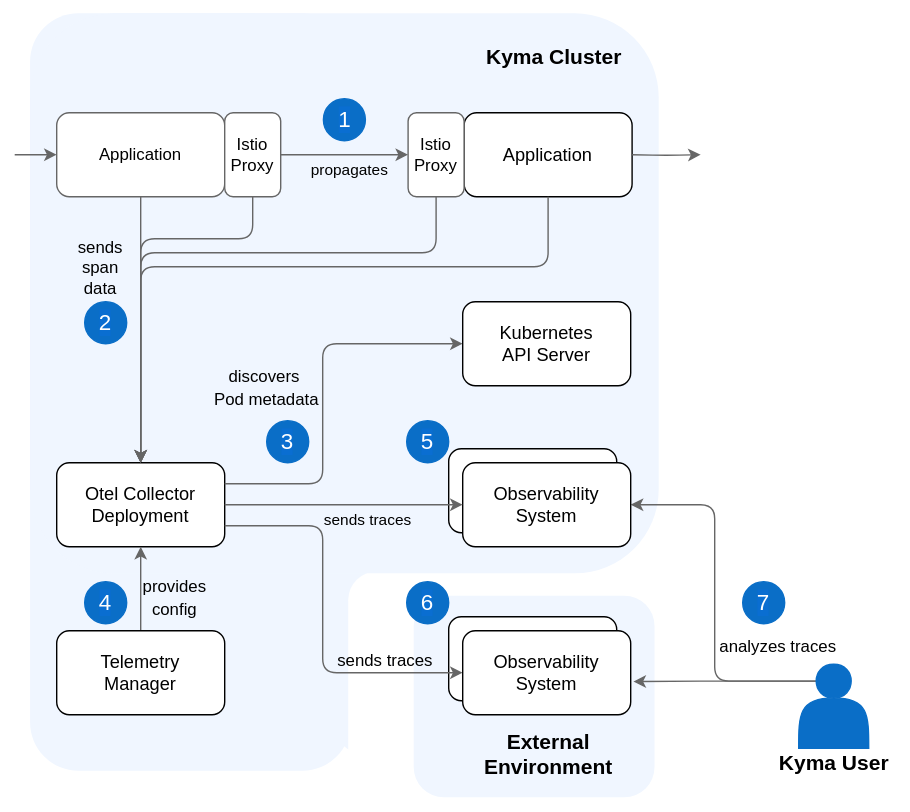
Earlier version of the draw.io export docs/user/assets/metrics-arch.drawio.svg (kyma-project/telemetry-manager). Source tidied: cells renumbered, new cells last; positions are measured from the earlier drawing's top-left corner, leaving out a move shared by most shapes.
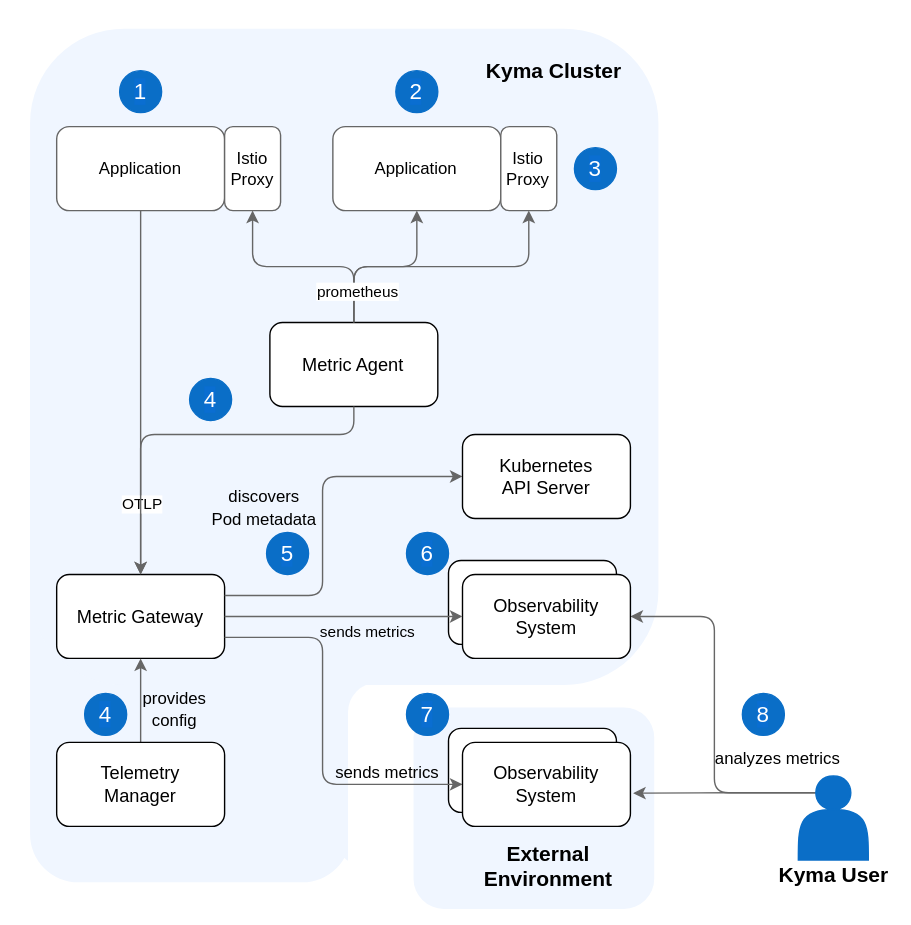
After the commit.

The edit, as a diff of the source:
```diff
@@ -3,7 +3,7 @@
     <mxCell id="0" />
     <mxCell id="1" parent="0" />
     <mxCell id="2" style="rounded=0;whiteSpace=wrap;html=1;strokeColor=none;fillColor=#FFFFFF;" parent="1" vertex="1">
-      <mxGeometry width="650" height="580" as="geometry" />
+      <mxGeometry y="-80" width="650" height="660" as="geometry" />
     </mxCell>
     <mxCell id="3" style="rounded=1;whiteSpace=wrap;html=1;strokeColor=none;fillColor=#F0F6FF;" parent="1" vertex="1">
       <mxGeometry x="240" y="402.5" width="118.7" height="135" as="geometry" />
@@ -15,19 +15,16 @@
       <mxGeometry x="248.2" y="407.5" width="138.3" height="150" as="geometry" />
     </mxCell>
     <mxCell id="6" style="rounded=1;whiteSpace=wrap;html=1;strokeColor=none;fillColor=#F0F6FF;" parent="1" vertex="1">
-      <mxGeometry x="21" y="9" width="449" height="400" as="geometry" />
+      <mxGeometry x="21" y="-60" width="449" height="469" as="geometry" />
     </mxCell>
-    <mxCell id="7" value="Application" style="rounded=1;whiteSpace=wrap;html=1;fontSize=13;" parent="1" vertex="1">
-      <mxGeometry x="331" y="80" width="120" height="60" as="geometry" />
-    </mxCell>
-    <mxCell id="8" value="Otel Collector&lt;br&gt;Deployment" style="rounded=1;whiteSpace=wrap;html=1;fontSize=13;" parent="1" vertex="1">
+    <mxCell id="8" value="Metric Gateway" style="rounded=1;whiteSpace=wrap;html=1;fontSize=13;" parent="1" vertex="1">
       <mxGeometry x="40" y="330" width="120" height="60" as="geometry" />
     </mxCell>
     <mxCell id="9" style="edgeStyle=orthogonalEdgeStyle;rounded=1;jettySize=auto;html=1;startArrow=none;startFill=0;endArrow=classic;endFill=1;exitX=1;exitY=0.25;exitDx=0;exitDy=0;strokeColor=#666666;entryX=0;entryY=0.5;entryDx=0;entryDy=0;" parent="1" edge="1" source="8" target="16">
       <mxGeometry relative="1" as="geometry">
         <Array as="points">
           <mxPoint x="230" y="345" />
-          <mxPoint x="230" y="245" />
+          <mxPoint x="230" y="260" />
         </Array>
       </mxGeometry>
     </mxCell>
@@ -36,9 +33,6 @@
         <mxPoint x="-41" y="-37" as="offset" />
       </mxGeometry>
     </mxCell>
-    <mxCell id="11" value="&lt;font style=&quot;font-size: 16px&quot;&gt;2&lt;/font&gt;" style="ellipse;whiteSpace=wrap;html=1;labelBackgroundColor=#0A6ED1;fontColor=#FFFFFF;fillColor=#0A6EC7;strokeColor=#0A6EC7;" parent="1" vertex="1">
-      <mxGeometry x="60" y="215" width="30" height="30" as="geometry" />
-    </mxCell>
     <mxCell id="12" style="edgeStyle=orthogonalEdgeStyle;rounded=1;jettySize=auto;html=1;startArrow=none;startFill=0;endArrow=classic;endFill=1;exitX=0.5;exitY=0;exitDx=0;exitDy=0;strokeColor=#666666;entryX=0.5;entryY=1;entryDx=0;entryDy=0;" parent="1" edge="1" source="18" target="8">
       <mxGeometry relative="1" as="geometry" />
     </mxCell>
@@ -47,23 +41,10 @@
         <mxPoint x="25" y="-2" as="offset" />
       </mxGeometry>
     </mxCell>
-    <mxCell id="14" style="edgeStyle=orthogonalEdgeStyle;rounded=1;jettySize=auto;html=1;startArrow=none;startFill=0;endArrow=classic;endFill=1;strokeColor=#666666;entryX=0.5;entryY=0;entryDx=0;entryDy=0;exitX=0.5;exitY=1;exitDx=0;exitDy=0;" parent="1" edge="1" source="7" target="8">
-      <mxGeometry relative="1" as="geometry">
-        <Array as="points">
-          <mxPoint x="391" y="190" />
-          <mxPoint x="100" y="190" />
-        </Array>
-      </mxGeometry>
-    </mxCell>
-    <mxCell id="15" value="&lt;font style=&quot;font-size: 12px;&quot;&gt;sends&lt;br&gt;span&lt;br&gt;data&lt;/font&gt;" style="edgeLabel;html=1;align=center;verticalAlign=middle;labelBackgroundColor=none;" parent="14" vertex="1">
-      <mxGeometry x="0.17" y="-2" relative="1" as="geometry">
-        <mxPoint x="-89" y="2" as="offset" />
-      </mxGeometry>
-    </mxCell>
     <mxCell id="16" value="Kubernetes&lt;br&gt;API Server" style="rounded=1;whiteSpace=wrap;html=1;fontSize=13;" parent="1" vertex="1">
-      <mxGeometry x="330" y="215" width="120" height="60" as="geometry" />
+      <mxGeometry x="330" y="230" width="120" height="60" as="geometry" />
     </mxCell>
-    <mxCell id="17" value="&lt;font style=&quot;font-size: 16px&quot;&gt;3&lt;/font&gt;" style="ellipse;whiteSpace=wrap;html=1;labelBackgroundColor=#0A6ED1;fontColor=#FFFFFF;fillColor=#0A6EC7;strokeColor=#0A6EC7;" parent="1" vertex="1">
+    <mxCell id="17" value="&lt;font style=&quot;font-size: 16px&quot;&gt;5&lt;/font&gt;" style="ellipse;whiteSpace=wrap;html=1;labelBackgroundColor=#0A6ED1;fontColor=#FFFFFF;fillColor=#0A6EC7;strokeColor=#0A6EC7;" parent="1" vertex="1">
       <mxGeometry x="190" y="300" width="30" height="30" as="geometry" />
     </mxCell>
     <mxCell id="18" value="Telemetry&lt;br&gt;Manager" style="rounded=1;whiteSpace=wrap;html=1;fontSize=13;" parent="1" vertex="1">
@@ -82,12 +63,12 @@
       <mxGeometry relative="1" as="geometry" />
     </mxCell>
     <mxCell id="23" value="&lt;font style=&quot;font-size: 15px&quot;&gt;&lt;b&gt;Kyma Cluster&lt;/b&gt;&lt;/font&gt;" style="text;html=1;align=center;verticalAlign=middle;" parent="1" vertex="1">
-      <mxGeometry x="340" y="30" width="110" height="20" as="geometry" />
+      <mxGeometry x="340" y="-40" width="110" height="20" as="geometry" />
     </mxCell>
     <mxCell id="24" value="&lt;font style=&quot;font-size: 15px&quot;&gt;&lt;b&gt;External&lt;br&gt;Environment&lt;/b&gt;&lt;/font&gt;" style="text;html=1;align=center;verticalAlign=middle;" parent="1" vertex="1">
       <mxGeometry x="336" y="517.5" width="110" height="40" as="geometry" />
     </mxCell>
-    <mxCell id="25" value="&lt;font style=&quot;font-size: 16px&quot;&gt;7&lt;/font&gt;" style="ellipse;whiteSpace=wrap;html=1;labelBackgroundColor=#0A6ED1;fontColor=#FFFFFF;fillColor=#0A6EC7;strokeColor=#0A6EC7;" parent="1" vertex="1">
+    <mxCell id="25" value="&lt;font style=&quot;font-size: 16px&quot;&gt;8&lt;/font&gt;" style="ellipse;whiteSpace=wrap;html=1;labelBackgroundColor=#0A6ED1;fontColor=#FFFFFF;fillColor=#0A6EC7;strokeColor=#0A6EC7;" parent="1" vertex="1">
       <mxGeometry x="530" y="415" width="30" height="30" as="geometry" />
     </mxCell>
     <mxCell id="26" style="edgeStyle=orthogonalEdgeStyle;rounded=1;jettySize=auto;html=1;startArrow=none;startFill=0;endArrow=classic;endFill=1;exitX=1;exitY=0.75;exitDx=0;exitDy=0;strokeColor=#666666;entryX=0;entryY=0.5;entryDx=0;entryDy=0;" parent="1" edge="1" source="8" target="30">
@@ -98,7 +79,7 @@
         </Array>
       </mxGeometry>
     </mxCell>
-    <mxCell id="27" value="&lt;span style=&quot;font-size: 12px&quot;&gt;sends traces&lt;/span&gt;&lt;span style=&quot;font-size: 12px&quot;&gt;&amp;nbsp;&lt;/span&gt;" style="text;html=1;align=center;verticalAlign=middle;labelBackgroundColor=none;fontSize=13;" parent="26" vertex="1">
+    <mxCell id="27" value="&lt;span style=&quot;font-size: 12px&quot;&gt;sends metrics&lt;/span&gt;&lt;span style=&quot;font-size: 12px&quot;&gt;&amp;nbsp;&lt;/span&gt;" style="text;html=1;align=center;verticalAlign=middle;labelBackgroundColor=none;fontSize=13;" parent="26" vertex="1">
       <mxGeometry x="-0.24" y="2" relative="1" as="geometry">
         <mxPoint x="43" y="60" as="offset" />
       </mxGeometry>
@@ -111,7 +92,7 @@
         </Array>
       </mxGeometry>
     </mxCell>
-    <mxCell id="29" value="&lt;span style=&quot;font-size: 12px;&quot;&gt;analyzes traces&lt;/span&gt;" style="text;html=1;align=center;verticalAlign=middle;labelBackgroundColor=none;fontSize=13;" parent="28" vertex="1">
+    <mxCell id="29" value="&lt;span style=&quot;font-size: 12px;&quot;&gt;analyzes metrics&lt;/span&gt;" style="text;html=1;align=center;verticalAlign=middle;labelBackgroundColor=none;fontSize=13;" parent="28" vertex="1">
       <mxGeometry x="-0.24" y="2" relative="1" as="geometry">
         <mxPoint x="46" y="1" as="offset" />
       </mxGeometry>
@@ -125,40 +106,11 @@
     <mxCell id="32" value="Observability&lt;br&gt;System" style="rounded=1;whiteSpace=wrap;html=1;fontSize=13;" parent="1" vertex="1">
       <mxGeometry x="330" y="330" width="120" height="60" as="geometry" />
     </mxCell>
-    <mxCell id="33" style="edgeStyle=orthogonalEdgeStyle;rounded=1;jettySize=auto;html=1;startArrow=classic;startFill=1;endArrow=none;endFill=0;strokeColor=#666666;exitX=0;exitY=0.5;exitDx=0;exitDy=0;" parent="1" edge="1" source="42">
-      <mxGeometry relative="1" as="geometry">
-        <mxPoint x="10" y="110" as="targetPoint" />
-      </mxGeometry>
-    </mxCell>
-    <mxCell id="34" value="Istio&lt;br&gt;Proxy" style="rounded=1;whiteSpace=wrap;html=1;fillColor=#ffffff;gradientColor=none;strokeColor=#666666;" parent="1" vertex="1">
-      <mxGeometry x="291" y="80" width="40" height="60" as="geometry" />
-    </mxCell>
-    <mxCell id="35" style="edgeStyle=orthogonalEdgeStyle;rounded=1;jettySize=auto;html=1;startArrow=classic;startFill=1;endArrow=none;endFill=0;strokeColor=#666666;exitX=0;exitY=0.5;exitDx=0;exitDy=0;entryX=1;entryY=0.5;entryDx=0;entryDy=0;" parent="1" edge="1" source="34" target="43">
-      <mxGeometry relative="1" as="geometry" />
-    </mxCell>
-    <mxCell id="36" value="propagates" style="edgeLabel;html=1;align=center;verticalAlign=middle;labelBackgroundColor=none;" parent="35" vertex="1">
-      <mxGeometry x="-0.07" relative="1" as="geometry">
-        <mxPoint x="-1" y="10" as="offset" />
-      </mxGeometry>
-    </mxCell>
-    <mxCell id="37" style="edgeStyle=orthogonalEdgeStyle;rounded=1;jettySize=auto;html=1;startArrow=classic;startFill=1;endArrow=none;endFill=0;strokeColor=#666666;entryX=1;entryY=0.5;entryDx=0;entryDy=0;" parent="1" edge="1" target="7">
-      <mxGeometry relative="1" as="geometry">
-        <mxPoint x="500" y="110" as="sourcePoint" />
-      </mxGeometry>
-    </mxCell>
-    <mxCell id="38" style="edgeStyle=orthogonalEdgeStyle;rounded=1;jettySize=auto;html=1;startArrow=none;startFill=0;endArrow=classic;endFill=1;strokeColor=#666666;exitX=0.5;exitY=1;exitDx=0;exitDy=0;entryX=0.5;entryY=0;entryDx=0;entryDy=0;" parent="1" edge="1" source="34" target="8">
-      <mxGeometry relative="1" as="geometry">
-        <Array as="points">
-          <mxPoint x="311" y="180" />
-          <mxPoint x="100" y="180" />
-        </Array>
-      </mxGeometry>
-    </mxCell>
-    <mxCell id="39" style="edgeStyle=orthogonalEdgeStyle;rounded=1;jettySize=auto;html=1;startArrow=none;startFill=0;endArrow=classic;endFill=1;strokeColor=#666666;entryX=0.5;entryY=0;entryDx=0;entryDy=0;exitX=0.5;exitY=1;exitDx=0;exitDy=0;" parent="1" edge="1" source="43" target="8">
+    <mxCell id="39" style="edgeStyle=orthogonalEdgeStyle;rounded=1;jettySize=auto;html=1;startArrow=none;startFill=0;endArrow=classic;endFill=1;strokeColor=#666666;entryX=0.5;entryY=1;entryDx=0;entryDy=0;exitX=0.5;exitY=0;exitDx=0;exitDy=0;" parent="1" edge="1" source="52" target="43">
       <mxGeometry relative="1" as="geometry">
         <Array as="points">
-          <mxPoint x="180" y="170" />
-          <mxPoint x="100" y="170" />
+          <mxPoint x="252" y="110" />
+          <mxPoint x="180" y="110" />
         </Array>
       </mxGeometry>
     </mxCell>
@@ -170,22 +122,27 @@
         </Array>
       </mxGeometry>
     </mxCell>
+    <mxCell id="51" value="OTLP" style="edgeLabel;html=1;align=center;verticalAlign=middle;" parent="40" vertex="1">
+      <mxGeometry x="-0.13" y="1" relative="1" as="geometry">
+        <mxPoint x="-1" y="96" as="offset" />
+      </mxGeometry>
+    </mxCell>
     <mxCell id="41" value="&lt;font style=&quot;font-size: 16px&quot;&gt;1&lt;/font&gt;" style="ellipse;whiteSpace=wrap;html=1;labelBackgroundColor=#0A6ED1;fontColor=#FFFFFF;fillColor=#0A6EC7;strokeColor=#0A6EC7;" parent="1" vertex="1">
-      <mxGeometry x="230.5" y="70" width="30" height="30" as="geometry" />
+      <mxGeometry x="85" y="-30" width="30" height="30" as="geometry" />
     </mxCell>
     <mxCell id="42" value="Application" style="rounded=1;whiteSpace=wrap;html=1;fillColor=#ffffff;gradientColor=none;strokeColor=#666666;" parent="1" vertex="1">
-      <mxGeometry x="40" y="80" width="120" height="60" as="geometry" />
+      <mxGeometry x="40" y="10" width="120" height="60" as="geometry" />
     </mxCell>
     <mxCell id="43" value="Istio&lt;br&gt;Proxy" style="rounded=1;whiteSpace=wrap;html=1;fillColor=#ffffff;gradientColor=none;strokeColor=#666666;" parent="1" vertex="1">
-      <mxGeometry x="160" y="80" width="40" height="60" as="geometry" />
+      <mxGeometry x="160" y="10" width="40" height="60" as="geometry" />
     </mxCell>
-    <mxCell id="44" value="&lt;font style=&quot;font-size: 16px&quot;&gt;6&lt;/font&gt;" style="ellipse;whiteSpace=wrap;html=1;labelBackgroundColor=#0A6ED1;fontColor=#FFFFFF;fillColor=#0A6EC7;strokeColor=#0A6EC7;" parent="1" vertex="1">
+    <mxCell id="44" value="&lt;font style=&quot;font-size: 16px&quot;&gt;7&lt;/font&gt;" style="ellipse;whiteSpace=wrap;html=1;labelBackgroundColor=#0A6ED1;fontColor=#FFFFFF;fillColor=#0A6EC7;strokeColor=#0A6EC7;" parent="1" vertex="1">
       <mxGeometry x="290" y="415" width="30" height="30" as="geometry" />
     </mxCell>
     <mxCell id="45" style="edgeStyle=orthogonalEdgeStyle;rounded=1;jettySize=auto;html=1;startArrow=none;startFill=0;endArrow=classic;endFill=1;strokeColor=#666666;exitX=1;exitY=0.5;exitDx=0;exitDy=0;entryX=0;entryY=0.5;entryDx=0;entryDy=0;" parent="1" edge="1" source="8" target="32">
       <mxGeometry relative="1" as="geometry" />
     </mxCell>
-    <mxCell id="46" value="sends traces" style="edgeLabel;html=1;align=center;verticalAlign=middle;labelBackgroundColor=none;" parent="45" vertex="1">
+    <mxCell id="46" value="sends metrics" style="edgeLabel;html=1;align=center;verticalAlign=middle;labelBackgroundColor=none;" parent="45" vertex="1">
       <mxGeometry x="0.11" y="-2" relative="1" as="geometry">
         <mxPoint x="6" y="8" as="offset" />
       </mxGeometry>
@@ -199,8 +156,53 @@
     <mxCell id="49" value="&lt;font style=&quot;font-size: 15px&quot;&gt;&lt;b&gt;Kyma User&lt;/b&gt;&lt;/font&gt;" style="text;html=1;align=center;verticalAlign=middle;fontSize=15;" parent="47" vertex="1">
       <mxGeometry y="60" width="90" height="20" as="geometry" />
     </mxCell>
-    <mxCell id="50" value="&lt;font style=&quot;font-size: 16px&quot;&gt;5&lt;/font&gt;" style="ellipse;whiteSpace=wrap;html=1;labelBackgroundColor=#0A6ED1;fontColor=#FFFFFF;fillColor=#0A6EC7;strokeColor=#0A6EC7;" parent="1" vertex="1">
+    <mxCell id="50" value="&lt;font style=&quot;font-size: 16px&quot;&gt;6&lt;/font&gt;" style="ellipse;whiteSpace=wrap;html=1;labelBackgroundColor=#0A6ED1;fontColor=#FFFFFF;fillColor=#0A6EC7;strokeColor=#0A6EC7;" parent="1" vertex="1">
       <mxGeometry x="290" y="300" width="30" height="30" as="geometry" />
     </mxCell>
+    <mxCell id="11" value="&lt;font style=&quot;font-size: 16px&quot;&gt;2&lt;/font&gt;" style="ellipse;whiteSpace=wrap;html=1;labelBackgroundColor=#0A6ED1;fontColor=#FFFFFF;fillColor=#0A6EC7;strokeColor=#0A6EC7;" parent="1" vertex="1">
+      <mxGeometry x="282.4" y="-30" width="30" height="30" as="geometry" />
+    </mxCell>
+    <mxCell id="7" value="Application" style="rounded=1;whiteSpace=wrap;html=1;fillColor=#ffffff;gradientColor=none;strokeColor=#666666;" parent="1" vertex="1">
+      <mxGeometry x="237.4" y="10" width="120" height="60" as="geometry" />
+    </mxCell>
+    <mxCell id="34" value="Istio&lt;br&gt;Proxy" style="rounded=1;whiteSpace=wrap;html=1;fillColor=#ffffff;gradientColor=none;strokeColor=#666666;" parent="1" vertex="1">
+      <mxGeometry x="357.4" y="10" width="40" height="60" as="geometry" />
+    </mxCell>
+    <mxCell id="52" value="Metric Agent" style="rounded=1;whiteSpace=wrap;html=1;fontSize=13;" parent="1" vertex="1">
+      <mxGeometry x="192.4" y="150" width="120" height="60" as="geometry" />
+    </mxCell>
+    <mxCell id="53" style="edgeStyle=orthogonalEdgeStyle;rounded=1;jettySize=auto;html=1;startArrow=none;startFill=0;endArrow=classic;endFill=1;strokeColor=#666666;entryX=0.5;entryY=1;entryDx=0;entryDy=0;exitX=0.5;exitY=0;exitDx=0;exitDy=0;" parent="1" edge="1" source="52" target="7">
+      <mxGeometry relative="1" as="geometry">
+        <Array as="points">
+          <mxPoint x="252" y="110" />
+          <mxPoint x="297" y="110" />
+        </Array>
+      </mxGeometry>
+    </mxCell>
+    <mxCell id="54" style="edgeStyle=orthogonalEdgeStyle;rounded=1;jettySize=auto;html=1;startArrow=none;startFill=0;endArrow=classic;endFill=1;strokeColor=#666666;entryX=0.5;entryY=1;entryDx=0;entryDy=0;exitX=0.5;exitY=0;exitDx=0;exitDy=0;" parent="1" edge="1" source="52" target="34">
+      <mxGeometry relative="1" as="geometry">
+        <Array as="points">
+          <mxPoint x="252" y="110" />
+          <mxPoint x="377" y="110" />
+        </Array>
+      </mxGeometry>
+    </mxCell>
+    <mxCell id="55" value="prometheus" style="edgeLabel;html=1;align=center;verticalAlign=middle;" parent="54" vertex="1">
+      <mxGeometry x="-0.78" y="-2" relative="1" as="geometry" />
+    </mxCell>
+    <mxCell id="56" style="edgeStyle=orthogonalEdgeStyle;rounded=1;jettySize=auto;html=1;startArrow=none;startFill=0;endArrow=classic;endFill=1;strokeColor=#666666;entryX=0.5;entryY=0;entryDx=0;entryDy=0;exitX=0.5;exitY=1;exitDx=0;exitDy=0;" parent="1" edge="1" source="52" target="8">
+      <mxGeometry relative="1" as="geometry">
+        <Array as="points">
+          <mxPoint x="252" y="230" />
+          <mxPoint x="100" y="230" />
+        </Array>
+      </mxGeometry>
+    </mxCell>
+    <mxCell id="57" value="&lt;font style=&quot;font-size: 16px&quot;&gt;4&lt;/font&gt;" style="ellipse;whiteSpace=wrap;html=1;labelBackgroundColor=#0A6ED1;fontColor=#FFFFFF;fillColor=#0A6EC7;strokeColor=#0A6EC7;" parent="1" vertex="1">
+      <mxGeometry x="135" y="190" width="30" height="30" as="geometry" />
+    </mxCell>
+    <mxCell id="58" value="&lt;font style=&quot;font-size: 16px&quot;&gt;3&lt;/font&gt;" style="ellipse;whiteSpace=wrap;html=1;labelBackgroundColor=#0A6ED1;fontColor=#FFFFFF;fillColor=#0A6EC7;strokeColor=#0A6EC7;" parent="1" vertex="1">
+      <mxGeometry x="410" y="25" width="30" height="30" as="geometry" />
+    </mxCell>
   </root>
 </mxGraphModel>
```
